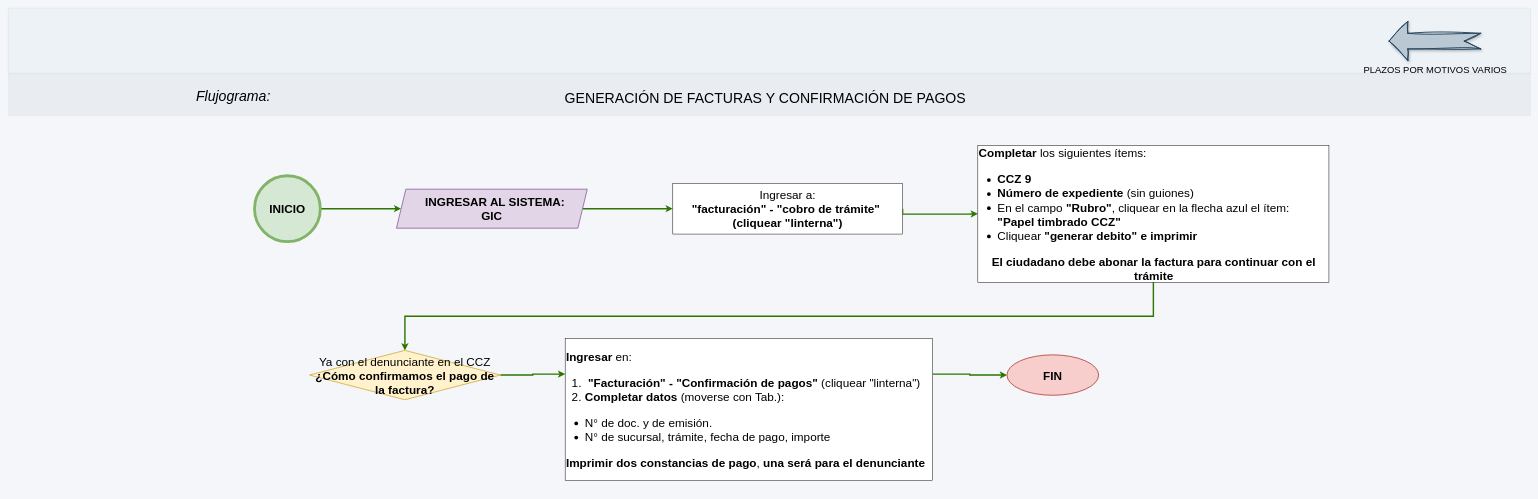
Above: page "Facturas por plazos" (2 of 3) of PLAZOS_motivos_varios/Plazo por motivos varios.drawio in adlc20/Manual_de_procedimientos_ccz9 (draw.io), before the change. Source tidied: cells renumbered, new cells numbered last; positions are measured from the earlier drawing's top-left corner, leaving out a move shared by most shapes. Both pictures are drawn from the tidied source at 47%, with x=0, y=0 at pixel (8, 8).
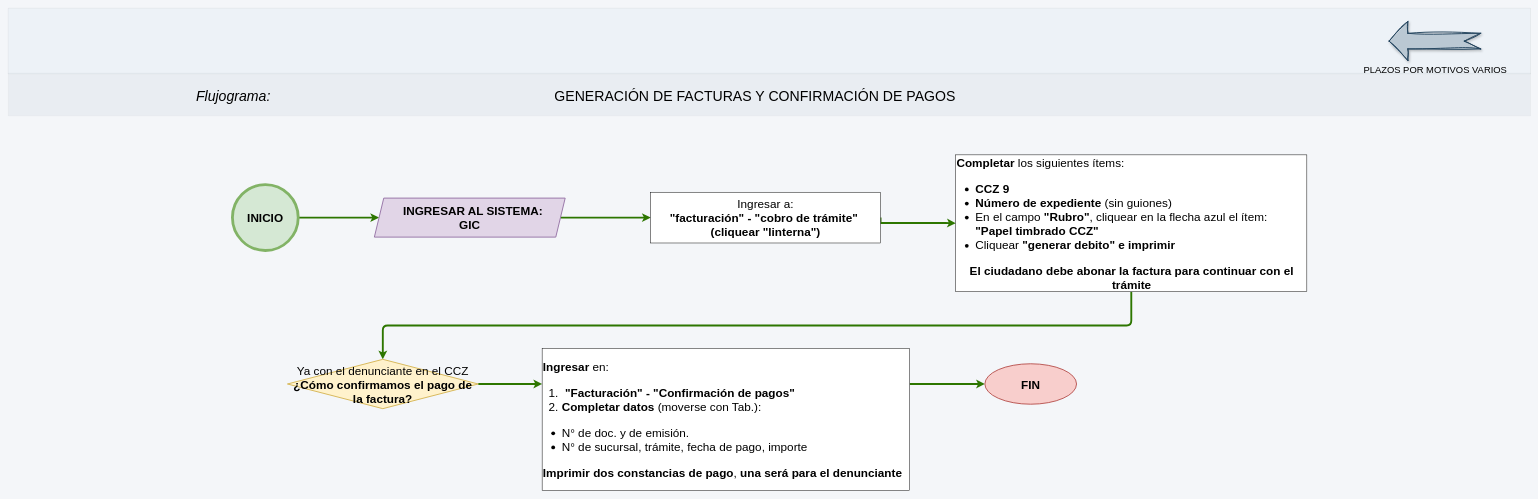
The same page after the edit.

Diff of the diagram source:
```diff
@@
     <mxCell id="5" value="&lt;font style=&quot;font-size: 30px;&quot;&gt;GENERACIÓN DE FACTURAS Y CONFIRMACIÓN DE PAGOS&lt;/font&gt;" style="text;html=1;whiteSpace=wrap;strokeColor=none;fillColor=none;align=center;verticalAlign=middle;rounded=0;" parent="1" vertex="1">
-      <mxGeometry x="1148" y="163.5" width="926" height="56" as="geometry" />
+      <mxGeometry x="1126" y="157.5" width="926" height="56" as="geometry" />
     </mxCell>
@@
-    <mxCell id="7" style="edgeStyle=orthogonalEdgeStyle;rounded=0;jettySize=auto;html=1;exitX=1;exitY=0.5;exitDx=0;exitDy=0;fillColor=#60a917;strokeColor=#2D7600;strokeWidth=3;fontSize=25;" parent="1" edge="1" source="8" target="10">
+    <mxCell id="7" style="edgeStyle=orthogonalEdgeStyle;rounded=0;jettySize=auto;html=1;exitX=1;exitY=0.5;exitDx=0;exitDy=0;fillColor=#60a917;strokeColor=#2D7600;strokeWidth=4;fontSize=25;" parent="1" edge="1" source="8" target="10">
       <mxGeometry relative="1" as="geometry" />
     </mxCell>
     <mxCell id="8" value="&lt;font&gt;INICIO&lt;/font&gt;" style="ellipse;whiteSpace=wrap;html=1;fillColor=#d5e8d4;strokeColor=#82b366;strokeWidth=6;fontStyle=1;fontSize=25;" parent="1" vertex="1">
-      <mxGeometry x="524" y="356.5" width="140" height="140" as="geometry" />
+      <mxGeometry x="477" y="375.5" width="140" height="140" as="geometry" />
     </mxCell>
-    <mxCell id="9" style="edgeStyle=orthogonalEdgeStyle;rounded=0;jettySize=auto;html=1;exitX=1;exitY=0.5;exitDx=0;exitDy=0;fillColor=#60a917;strokeColor=#2D7600;strokeWidth=3;fontSize=25;" parent="1" edge="1" source="10" target="12">
+    <mxCell id="9" style="edgeStyle=orthogonalEdgeStyle;rounded=0;jettySize=auto;html=1;exitX=1;exitY=0.5;exitDx=0;exitDy=0;fillColor=#60a917;strokeColor=#2D7600;strokeWidth=4;fontSize=25;" parent="1" edge="1" source="10" target="12">
       <mxGeometry relative="1" as="geometry" />
     </mxCell>
     <mxCell id="10" value="&lt;font&gt;&lt;b&gt;&amp;nbsp; &amp;nbsp;INGRESAR AL SISTEMA:&amp;nbsp;&lt;/b&gt;&lt;/font&gt;&lt;div&gt;&lt;font&gt;&lt;b&gt;GIC&lt;/b&gt;&lt;/font&gt;&lt;/div&gt;" style="shape=parallelogram;perimeter=parallelogramPerimeter;whiteSpace=wrap;html=1;fixedSize=1;fillColor=#e1d5e7;strokeColor=#9673a6;strokeWidth=2;fontSize=25;" parent="1" vertex="1">
-      <mxGeometry x="826" y="385" width="406" height="83" as="geometry" />
+      <mxGeometry x="779" y="404" width="406" height="83" as="geometry" />
     </mxCell>
-    <mxCell id="11" style="edgeStyle=orthogonalEdgeStyle;rounded=0;jettySize=auto;html=1;exitX=1;exitY=0.5;exitDx=0;exitDy=0;fillColor=#60a917;strokeColor=#2D7600;strokeWidth=3;fontSize=25;entryX=0;entryY=0.5;entryDx=0;entryDy=0;" parent="1" edge="1" source="12" target="14">
+    <mxCell id="11" style="edgeStyle=orthogonalEdgeStyle;rounded=0;jettySize=auto;html=1;exitX=1;exitY=0.5;exitDx=0;exitDy=0;fillColor=#60a917;strokeColor=#2D7600;strokeWidth=4;fontSize=25;entryX=0;entryY=0.5;entryDx=0;entryDy=0;" parent="1" edge="1" source="12" target="14">
       <mxGeometry relative="1" as="geometry">
         <Array as="points">
-          <mxPoint x="1903" y="438" />
-          <mxPoint x="2041" y="438" />
+          <mxPoint x="1856" y="457" />
+          <mxPoint x="1994" y="457" />
         </Array>
       </mxGeometry>
     </mxCell>
     <mxCell id="12" value="&lt;font&gt;Ingresar a:&lt;/font&gt;&lt;div&gt;&lt;font&gt;&lt;b&gt; &quot;facturación&quot; -&lt;/b&gt; &lt;b&gt;&quot;cobro de trámite&quot;&lt;/b&gt;&amp;nbsp;&lt;/font&gt;&lt;/div&gt;&lt;div&gt;&lt;font&gt;&lt;b&gt;(cliquear &quot;linterna&quot;)&lt;/b&gt;&lt;/font&gt;&lt;/div&gt;" style="rounded=0;whiteSpace=wrap;html=1;fontSize=25;" parent="1" vertex="1">
-      <mxGeometry x="1414" y="372.5" width="489" height="108" as="geometry" />
+      <mxGeometry x="1367" y="391.5" width="489" height="108" as="geometry" />
     </mxCell>
-    <mxCell id="13" style="edgeStyle=orthogonalEdgeStyle;rounded=0;jettySize=auto;html=1;exitX=0.5;exitY=1;exitDx=0;exitDy=0;fillColor=#60a917;strokeColor=#2D7600;strokeWidth=3;fontSize=25;" parent="1" edge="1" source="14" target="16">
+    <mxCell id="13" style="edgeStyle=orthogonalEdgeStyle;rounded=1;jettySize=auto;html=1;exitX=0.5;exitY=1;exitDx=0;exitDy=0;fillColor=#60a917;strokeColor=#2D7600;strokeWidth=4;fontSize=25;curved=0;" parent="1" edge="1" source="14" target="16">
       <mxGeometry relative="1" as="geometry" />
     </mxCell>
     <mxCell id="14" value="&lt;font&gt;&lt;b&gt;Completar&lt;/b&gt; los siguientes ítems:&lt;/font&gt;&lt;div&gt;&lt;ul&gt;&lt;li&gt;&lt;font&gt;&lt;b&gt;CCZ 9&amp;nbsp;&lt;/b&gt;&lt;/font&gt;&lt;/li&gt;&lt;li&gt;&lt;font&gt;&lt;b&gt;Número de expediente &lt;/b&gt;(sin guiones)&lt;/font&gt;&lt;/li&gt;&lt;li&gt;&lt;font&gt;En el campo&lt;b&gt; &quot;Rubro&quot;&lt;/b&gt;, cliquear en la flecha azul el ítem: &lt;b&gt;&quot;Papel timbrado CCZ&quot;&lt;/b&gt;&amp;nbsp;&lt;/font&gt;&lt;/li&gt;&lt;li&gt;&lt;font&gt;Cliquear&lt;b&gt; &quot;generar debito&quot; e imprimir&lt;/b&gt;&lt;/font&gt;&lt;/li&gt;&lt;/ul&gt;&lt;span&gt;&lt;div style=&quot;text-align: center;&quot;&gt;&lt;b style=&quot;background-color: transparent; color: light-dark(rgb(0, 0, 0), rgb(255, 255, 255));&quot;&gt;El ciudadano debe abonar la factura para continuar con el trámite&lt;/b&gt;&lt;/div&gt;&lt;/span&gt;&lt;/div&gt;" style="rounded=0;whiteSpace=wrap;html=1;align=left;fontSize=25;" parent="1" vertex="1">
-      <mxGeometry x="2063" y="292" width="747" height="291" as="geometry" />
+      <mxGeometry x="2016" y="312" width="747" height="291" as="geometry" />
     </mxCell>
-    <mxCell id="15" style="edgeStyle=orthogonalEdgeStyle;rounded=0;jettySize=auto;html=1;exitX=1;exitY=0.5;exitDx=0;exitDy=0;entryX=0;entryY=0.25;entryDx=0;entryDy=0;fillColor=#60a917;strokeColor=#2D7600;strokeWidth=3;fontSize=25;" parent="1" edge="1" source="16" target="18">
+    <mxCell id="15" style="edgeStyle=orthogonalEdgeStyle;rounded=0;jettySize=auto;html=1;exitX=1;exitY=0.5;exitDx=0;exitDy=0;entryX=0;entryY=0.25;entryDx=0;entryDy=0;fillColor=#60a917;strokeColor=#2D7600;strokeWidth=4;fontSize=25;" parent="1" edge="1" source="16" target="18">
       <mxGeometry relative="1" as="geometry" />
     </mxCell>
     <mxCell id="16" value="&lt;span&gt;Ya con el denunciante en el CCZ&lt;/span&gt;&lt;div&gt;&lt;span&gt;&lt;b&gt;¿Cómo confirmamos el pago de la factura?&lt;/b&gt;&lt;/span&gt;&lt;/div&gt;" style="rhombus;whiteSpace=wrap;html=1;fillColor=#fff2cc;strokeColor=#d6b656;strokeWidth=2;fontSize=25;" parent="1" vertex="1">
-      <mxGeometry x="641" y="728" width="406" height="105" as="geometry" />
+      <mxGeometry x="594" y="747" width="406" height="105" as="geometry" />
     </mxCell>
-    <mxCell id="17" style="edgeStyle=orthogonalEdgeStyle;rounded=0;jettySize=auto;html=1;exitX=1;exitY=0.25;exitDx=0;exitDy=0;fillColor=#60a917;strokeColor=#2D7600;strokeWidth=3;fontSize=25;" parent="1" edge="1" source="18" target="19">
+    <mxCell id="17" style="edgeStyle=orthogonalEdgeStyle;rounded=0;jettySize=auto;html=1;exitX=1;exitY=0.25;exitDx=0;exitDy=0;fillColor=#60a917;strokeColor=#2D7600;strokeWidth=4;fontSize=25;" parent="1" edge="1" source="18" target="19">
       <mxGeometry relative="1" as="geometry" />
     </mxCell>
-    <mxCell id="18" value="&lt;span&gt;&lt;b&gt;Ingresar&lt;/b&gt; en:&lt;/span&gt;&lt;div&gt;&lt;ol&gt;&lt;li&gt;&lt;span&gt;&lt;b&gt;&amp;nbsp;&quot;Facturación&quot; - &quot;Confirmación de pagos&quot;&lt;/b&gt; (cliquear &quot;linterna&quot;)&lt;/span&gt;&lt;/li&gt;&lt;li&gt;&lt;span&gt;&lt;font style=&quot;color: rgb(0, 0, 0);&quot;&gt;&lt;b&gt;Completar datos&lt;/b&gt; (moverse con Tab.):&amp;nbsp;&lt;/font&gt;&lt;font style=&quot;color: rgb(255, 0, 0);&quot;&gt;&amp;nbsp;&lt;/font&gt;&lt;/span&gt;&lt;/li&gt;&lt;/ol&gt;&lt;ul&gt;&lt;li&gt;&lt;span style=&quot;color: light-dark(rgb(0, 0, 0), rgb(237, 237, 237)); background-color: transparent;&quot;&gt;N° de doc. y de emisión.&lt;/span&gt;&lt;/li&gt;&lt;li&gt;&lt;span style=&quot;color: light-dark(rgb(0, 0, 0), rgb(237, 237, 237)); background-color: transparent;&quot;&gt;N° de sucursal, trámite, fecha de pago, importe&amp;nbsp;&lt;/span&gt;&lt;/li&gt;&lt;/ul&gt;&lt;b style=&quot;background-color: transparent; color: light-dark(rgb(0, 0, 0), rgb(255, 255, 255));&quot;&gt;&lt;div style=&quot;text-align: center;&quot;&gt;&lt;b style=&quot;background-color: transparent; color: light-dark(rgb(0, 0, 0), rgb(255, 255, 255));&quot;&gt;Imprimir dos constancias de pago&lt;/b&gt;&lt;span style=&quot;background-color: transparent; color: light-dark(rgb(0, 0, 0), rgb(255, 255, 255)); font-weight: normal;&quot;&gt;, &lt;/span&gt;&lt;b style=&quot;background-color: transparent; color: light-dark(rgb(0, 0, 0), rgb(255, 255, 255));&quot;&gt;una será para el denunciante&lt;/b&gt;&lt;span style=&quot;background-color: transparent; color: light-dark(rgb(0, 0, 0), rgb(255, 255, 255)); font-weight: normal;&quot;&gt;&amp;nbsp;&lt;/span&gt;&lt;/div&gt;&lt;/b&gt;&lt;/div&gt;" style="rounded=0;whiteSpace=wrap;html=1;align=left;fontSize=25;" parent="1" vertex="1">
-      <mxGeometry x="1185" y="703" width="782" height="302" as="geometry" />
+    <mxCell id="18" value="&lt;span&gt;&lt;b&gt;Ingresar&lt;/b&gt; en:&lt;/span&gt;&lt;div&gt;&lt;ol&gt;&lt;li&gt;&lt;span&gt;&lt;b&gt;&amp;nbsp;&quot;Facturación&quot; - &quot;Confirmación de pagos&quot;&lt;/b&gt;&amp;nbsp;&lt;/span&gt;&lt;/li&gt;&lt;li&gt;&lt;span&gt;&lt;font style=&quot;color: rgb(0, 0, 0);&quot;&gt;&lt;b&gt;Completar datos&lt;/b&gt; (moverse con Tab.):&amp;nbsp;&lt;/font&gt;&lt;font style=&quot;color: rgb(255, 0, 0);&quot;&gt;&amp;nbsp;&lt;/font&gt;&lt;/span&gt;&lt;/li&gt;&lt;/ol&gt;&lt;ul&gt;&lt;li&gt;&lt;span style=&quot;color: light-dark(rgb(0, 0, 0), rgb(237, 237, 237)); background-color: transparent;&quot;&gt;N° de doc. y de emisión.&lt;/span&gt;&lt;/li&gt;&lt;li&gt;&lt;span style=&quot;color: light-dark(rgb(0, 0, 0), rgb(237, 237, 237)); background-color: transparent;&quot;&gt;N° de sucursal, trámite, fecha de pago, importe&amp;nbsp;&lt;/span&gt;&lt;/li&gt;&lt;/ul&gt;&lt;b style=&quot;background-color: transparent; color: light-dark(rgb(0, 0, 0), rgb(255, 255, 255));&quot;&gt;&lt;div style=&quot;text-align: center;&quot;&gt;&lt;b style=&quot;background-color: transparent; color: light-dark(rgb(0, 0, 0), rgb(255, 255, 255));&quot;&gt;Imprimir dos constancias de pago&lt;/b&gt;&lt;span style=&quot;background-color: transparent; color: light-dark(rgb(0, 0, 0), rgb(255, 255, 255)); font-weight: normal;&quot;&gt;, &lt;/span&gt;&lt;b style=&quot;background-color: transparent; color: light-dark(rgb(0, 0, 0), rgb(255, 255, 255));&quot;&gt;una será para el denunciante&lt;/b&gt;&lt;span style=&quot;background-color: transparent; color: light-dark(rgb(0, 0, 0), rgb(255, 255, 255)); font-weight: normal;&quot;&gt;&amp;nbsp;&lt;/span&gt;&lt;/div&gt;&lt;/b&gt;&lt;/div&gt;" style="rounded=0;whiteSpace=wrap;html=1;align=left;fontSize=25;" parent="1" vertex="1">
+      <mxGeometry x="1136" y="724" width="782" height="302" as="geometry" />
     </mxCell>
     <mxCell id="19" value="&lt;font&gt;&lt;b&gt;FIN&lt;/b&gt;&lt;/font&gt;" style="ellipse;whiteSpace=wrap;html=1;fillColor=#f8cecc;strokeColor=#b85450;strokeWidth=2;fontSize=25;" parent="1" vertex="1">
-      <mxGeometry x="2125" y="737.5" width="195" height="86" as="geometry" />
+      <mxGeometry x="2078" y="756.5" width="195" height="86" as="geometry" />
     </mxCell>
```
